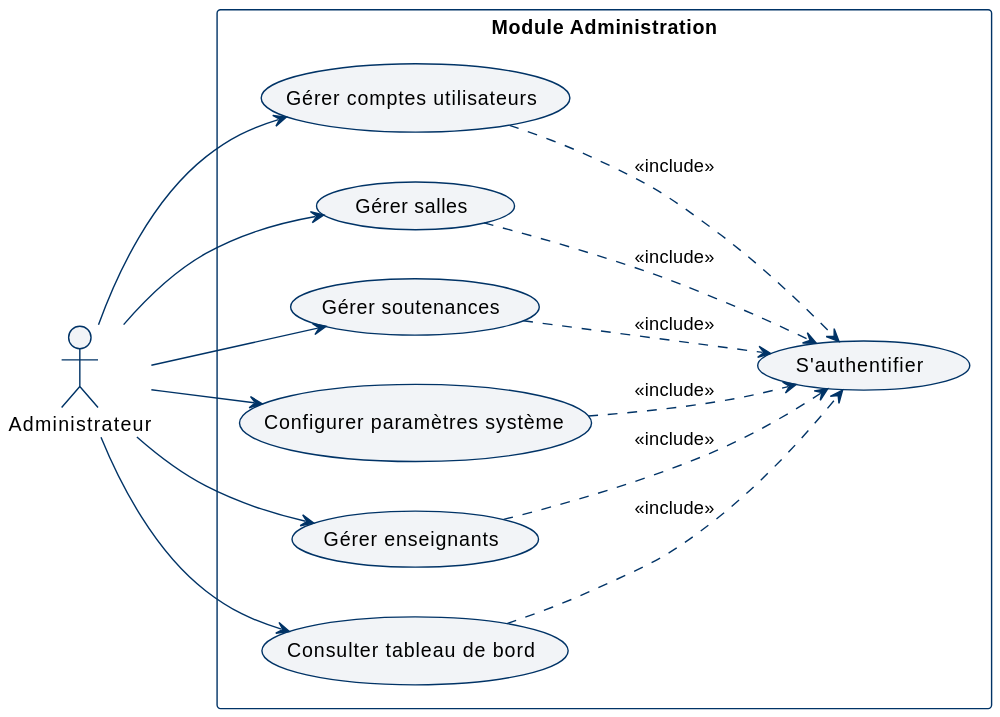
Above: docs/diagrams/svg/uc_admin.svg in abdelaziz-ebourki/system-gestion-soutenance (PlantUML), before the change. Its diagram source:
```plantuml
@startuml
<style>
  root {
    FontColor #000000
    LineColor #003366
    LineThickness 1
  }
  actor {
    BackgroundColor #F2F4F7
  }
  usecase {
    BackgroundColor #F2F4F7
  }
  arrow {
    LineColor #003366
  }
</style>
skinparam shadowing false
left to right direction
skinparam packageStyle rectangle

actor "Administrateur" as Admin

rectangle "Module Administration" {
    usecase "Gérer comptes utilisateurs" as UC1
    usecase "Gérer salles" as UC2
    usecase "Gérer soutenances" as UC3
    usecase "Configurer paramètres système" as UC4
    usecase "Gérer enseignants" as UC5
    usecase "Consulter tableau de bord" as Dashboard
    usecase "S'authentifier" as Auth
}

Admin --> UC1
Admin --> UC2
Admin --> UC3
Admin --> UC4
Admin --> UC5
Admin --> Dashboard

UC1 ..> Auth : <<include>>
UC2 ..> Auth : <<include>>
UC3 ..> Auth : <<include>>
UC4 ..> Auth : <<include>>
UC5 ..> Auth : <<include>>
Dashboard ..> Auth : <<include>>
@enduml
```
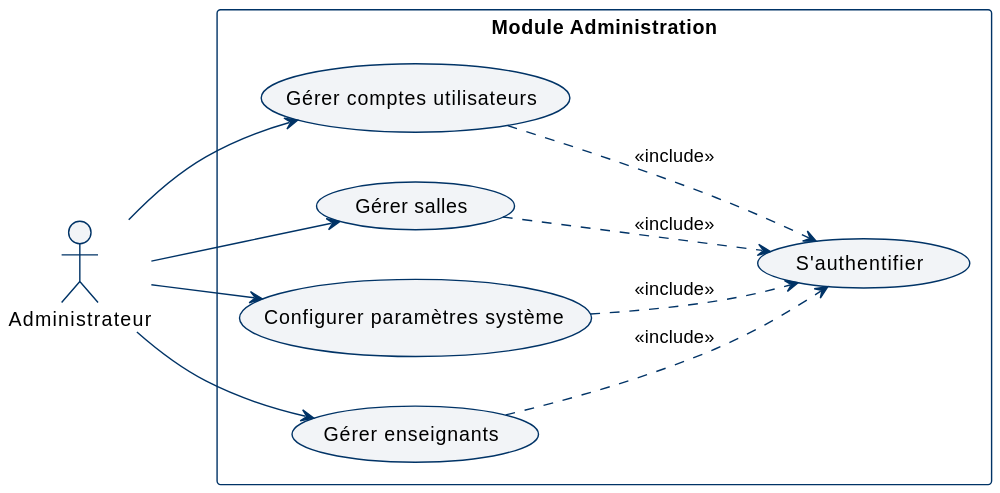
After the change.

The edit, as a diff of the source:
```diff
@@ -24,24 +24,18 @@
 rectangle "Module Administration" {
     usecase "Gérer comptes utilisateurs" as UC1
     usecase "Gérer salles" as UC2
-    usecase "Gérer soutenances" as UC3
     usecase "Configurer paramètres système" as UC4
     usecase "Gérer enseignants" as UC5
-    usecase "Consulter tableau de bord" as Dashboard
     usecase "S'authentifier" as Auth
 }
 
 Admin --> UC1
 Admin --> UC2
-Admin --> UC3
 Admin --> UC4
 Admin --> UC5
-Admin --> Dashboard
 
 UC1 ..> Auth : <<include>>
 UC2 ..> Auth : <<include>>
-UC3 ..> Auth : <<include>>
 UC4 ..> Auth : <<include>>
 UC5 ..> Auth : <<include>>
-Dashboard ..> Auth : <<include>>
 @enduml
```
